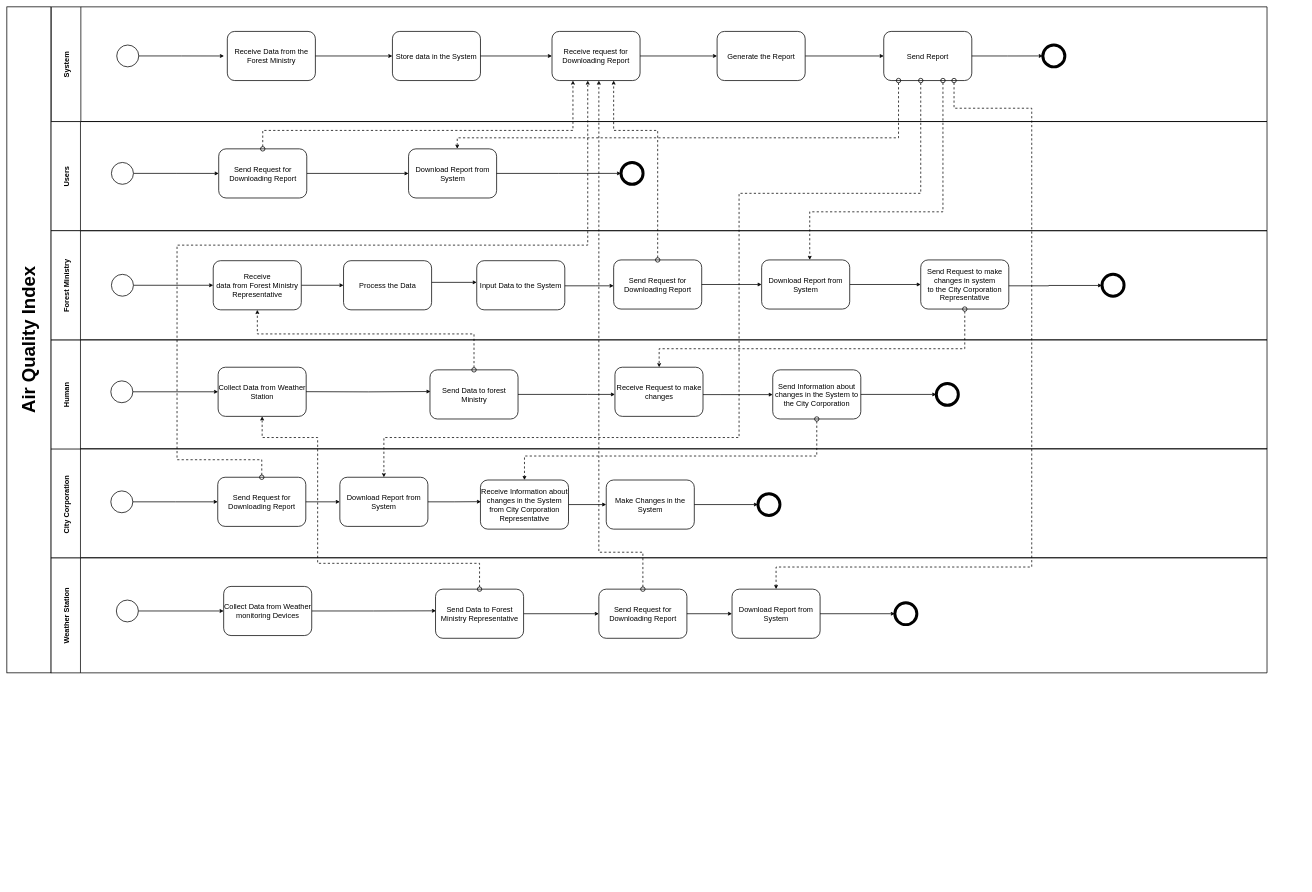
zorojuro75/CSE303-sec-03-Group-03 keeps this draw.io diagram as BPMN_AS-IS.drawio. Above is the earlier version. Source tidied: cells renumbered, new cells numbered last; positions are measured from the earlier drawing's top-left corner, leaving out a move shared by most shapes. Both pictures are drawn from the tidied source at 37%, with x=0, y=0 at pixel (7, 7).
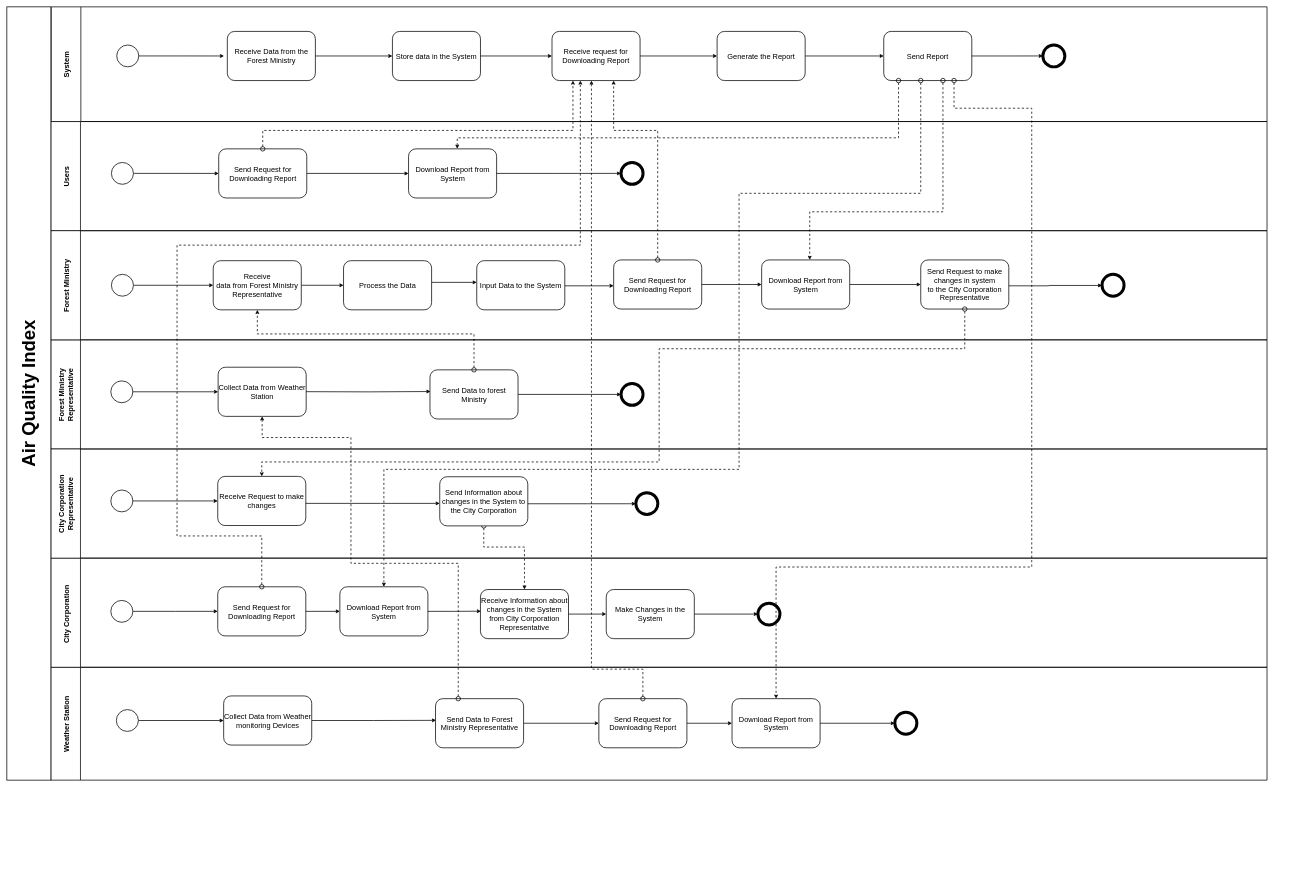
After the change.

The change refers to these unchanged cells:
```xml
<mxCell id="2" style="group;horizontal=0;" parent="1" vertex="1">
  <mxGeometry y="10" width="3510" height="2360" as="geometry" />
</mxCell>
<mxCell id="11" style="group;strokeWidth=2;" parent="2" vertex="1">
  <mxGeometry x="119" y="595" width="3391" height="1770" as="geometry" />
</mxCell>
<mxCell id="13" style="group;strokeWidth=2;" parent="12" vertex="1">
  <mxGeometry width="3331.5" height="1475" as="geometry" />
</mxCell>
<mxCell id="20" value="&lt;font style=&quot;font-size: 20px;&quot;&gt;Send Data to Forest Ministry Representative&lt;/font&gt;" style="rounded=1;whiteSpace=wrap;html=1;strokeWidth=2;" parent="14" vertex="1">
  <mxGeometry x="1039.6" y="84.8" width="238" height="132.8" as="geometry" />
</mxCell>
<mxCell id="23" value="&lt;font style=&quot;font-size: 20px;&quot;&gt;Send Request for Downloading Report&lt;/font&gt;" style="rounded=1;whiteSpace=wrap;html=1;strokeWidth=2;" parent="14" vertex="1">
  <mxGeometry x="1481" y="84.8" width="238" height="132.8" as="geometry" />
</mxCell>
<mxCell id="29" value="&lt;font style=&quot;font-size: 20px;&quot;&gt;Download Report from System&lt;/font&gt;" style="rounded=1;whiteSpace=wrap;html=1;strokeWidth=2;" parent="26" vertex="1">
  <mxGeometry x="781" y="77.4" width="238" height="132.8" as="geometry" />
</mxCell>
<mxCell id="32" value="&lt;font style=&quot;font-size: 20px;&quot;&gt;Receive Information about changes in the System from City Corporation Representative&lt;/font&gt;" style="rounded=1;whiteSpace=wrap;html=1;strokeWidth=2;" parent="26" vertex="1">
  <mxGeometry x="1161" y="84.8" width="238" height="132.8" as="geometry" />
</mxCell>
<mxCell id="36" value="&lt;font style=&quot;font-size: 20px;&quot;&gt;Send Request for Downloading Report&lt;/font&gt;" style="rounded=1;whiteSpace=wrap;html=1;strokeWidth=2;" parent="26" vertex="1">
  <mxGeometry x="451" y="77.4" width="238" height="132.8" as="geometry" />
</mxCell>
<mxCell id="41" value="&lt;font style=&quot;font-size: 20px;&quot;&gt;Collect Data from Weather Station&lt;/font&gt;" style="rounded=1;whiteSpace=wrap;html=1;strokeWidth=2;" parent="38" vertex="1">
  <mxGeometry x="452" y="74" width="238" height="132.8" as="geometry" />
</mxCell>
<mxCell id="43" value="&lt;font style=&quot;font-size: 20px;&quot;&gt;Send Data to forest Ministry&lt;/font&gt;" style="rounded=1;whiteSpace=wrap;html=1;strokeWidth=2;" parent="38" vertex="1">
  <mxGeometry x="1024.6" y="81.1" width="238" height="132.8" as="geometry" />
</mxCell>
<mxCell id="65" value="&lt;font style=&quot;font-size: 20px;&quot;&gt;Send Request to make changes in system &lt;br&gt;to the City Corporation Representative&lt;/font&gt;" style="rounded=1;whiteSpace=wrap;html=1;strokeWidth=2;" parent="52" vertex="1">
  <mxGeometry x="2351" y="79" width="238" height="132.8" as="geometry" />
</mxCell>
<mxCell id="77" value="&lt;font style=&quot;font-size: 20px;&quot;&gt;Receive request for Downloading Report&lt;/font&gt;" style="rounded=1;whiteSpace=wrap;html=1;strokeWidth=2;" parent="70" vertex="1">
  <mxGeometry x="1353.4" y="66.4" width="238" height="132.8" as="geometry" />
</mxCell>
<mxCell id="82" value="&lt;span style=&quot;font-size: 20px;&quot;&gt;Send Report&lt;/span&gt;" style="rounded=1;whiteSpace=wrap;html=1;strokeWidth=2;" parent="70" vertex="1">
  <mxGeometry x="2250" y="66.4" width="238" height="132.8" as="geometry" />
</mxCell>
```

Diff of the diagram source:
```diff
@@
     <mxCell id="14" value="Weather Station" style="swimlane;horizontal=0;startSize=80;fillStyle=solid;strokeWidth=2;fontSize=20;fontStyle=1;" parent="13" vertex="1">
-      <mxGeometry y="589" width="3286.9" height="311" as="geometry" />
+      <mxGeometry y="885" width="3286.9" height="305" as="geometry" />
     </mxCell>
@@
     <mxCell id="26" value="City Corporation " style="swimlane;horizontal=0;startSize=80;strokeWidth=2;fontSize=20;" parent="13" vertex="1">
-      <mxGeometry y="294" width="3286.9" height="295" as="geometry" />
+      <mxGeometry y="590" width="3286.9" height="295" as="geometry" />
     </mxCell>
@@
-    <mxCell id="38" value="Human" style="swimlane;horizontal=0;startSize=80;strokeWidth=2;fontSize=20;" parent="13" vertex="1">
+    <mxCell id="38" value="Forest Ministry&#10;Representative" style="swimlane;horizontal=0;startSize=80;strokeWidth=2;fontSize=20;" parent="13" vertex="1">
       <mxGeometry width="3286.9" height="295" as="geometry" />
     </mxCell>
@@
+    <mxCell id="45" style="edgeStyle=orthogonalEdgeStyle;rounded=0;jettySize=auto;html=1;strokeWidth=2;" parent="38" edge="1" source="43" target="48">
+      <mxGeometry relative="1" as="geometry" />
+    </mxCell>
+    <mxCell id="48" style="strokeWidth=8;html=1;shape=mxgraph.flowchart.start_2;whiteSpace=wrap;" parent="38" vertex="1">
+      <mxGeometry x="1541" y="118" width="59.5" height="59" as="geometry" />
+    </mxCell>
+    <mxCell id="50" style="edgeStyle=orthogonalEdgeStyle;rounded=0;jettySize=auto;html=1;dashed=1;startArrow=oval;startFill=0;endArrow=classic;endFill=1;strokeWidth=2;startSize=12;" parent="13" edge="1" source="20" target="41">
+      <mxGeometry relative="1" as="geometry">
+        <Array as="points">
+          <mxPoint x="1101" y="604" />
+          <mxPoint x="811" y="604" />
+          <mxPoint x="811" y="264" />
+          <mxPoint x="571" y="264" />
+        </Array>
+      </mxGeometry>
+    </mxCell>
+    <mxCell id="51" style="edgeStyle=orthogonalEdgeStyle;rounded=0;jettySize=auto;html=1;dashed=1;startArrow=oval;startFill=0;startSize=12;sourcePerimeterSpacing=0;strokeWidth=2;" parent="13" edge="1" source="46" target="32">
+      <mxGeometry relative="1" as="geometry">
+        <Array as="points">
+          <mxPoint x="1170" y="560" />
+          <mxPoint x="1280" y="560" />
+        </Array>
+      </mxGeometry>
+    </mxCell>
+    <mxCell id="93" value="City Corporation&#10;Representative" style="swimlane;horizontal=0;startSize=80;strokeWidth=2;fontSize=20;" parent="13" vertex="1">
+      <mxGeometry y="295" width="3286.9" height="295" as="geometry" />
+    </mxCell>
+    <mxCell id="94" style="strokeWidth=2;html=1;shape=mxgraph.flowchart.start_2;whiteSpace=wrap;" parent="93" vertex="1">
+      <mxGeometry x="162" y="110.9" width="59.5" height="59" as="geometry" />
+    </mxCell>
-    <mxCell id="44" value="&lt;font style=&quot;font-size: 20px;&quot;&gt;Receive Request to make changes&lt;/font&gt;" style="rounded=1;whiteSpace=wrap;html=1;strokeWidth=2;" parent="38" vertex="1">
-      <mxGeometry x="1524.5" y="74" width="238" height="132.8" as="geometry" />
+    <mxCell id="44" value="&lt;font style=&quot;font-size: 20px;&quot;&gt;Receive Request to make changes&lt;/font&gt;" style="rounded=1;whiteSpace=wrap;html=1;strokeWidth=2;" parent="93" vertex="1">
+      <mxGeometry x="451" y="74" width="238" height="132.8" as="geometry" />
     </mxCell>
-    <mxCell id="45" style="edgeStyle=orthogonalEdgeStyle;rounded=0;jettySize=auto;html=1;strokeWidth=2;" parent="38" edge="1" source="43" target="44">
-      <mxGeometry relative="1" as="geometry">
-        <Array as="points">
-          <mxPoint x="1451" y="148" />
-          <mxPoint x="1451" y="148" />
-        </Array>
-      </mxGeometry>
-    </mxCell>
+    <mxCell id="95" style="edgeStyle=orthogonalEdgeStyle;rounded=0;jettySize=auto;html=1;strokeWidth=2;" parent="93" edge="1" source="94" target="44">
+      <mxGeometry relative="1" as="geometry" />
+    </mxCell>
-    <mxCell id="46" value="&lt;font style=&quot;font-size: 20px;&quot;&gt;Send Information about changes in the System to the City Corporation&lt;/font&gt;" style="rounded=1;whiteSpace=wrap;html=1;strokeWidth=2;" parent="38" vertex="1">
-      <mxGeometry x="1951" y="81.1" width="238" height="132.8" as="geometry" />
+    <mxCell id="46" value="&lt;font style=&quot;font-size: 20px;&quot;&gt;Send Information about changes in the System to the City Corporation&lt;/font&gt;" style="rounded=1;whiteSpace=wrap;html=1;strokeWidth=2;" parent="93" vertex="1">
+      <mxGeometry x="1051" y="75" width="238" height="132.8" as="geometry" />
     </mxCell>
-    <mxCell id="47" style="edgeStyle=orthogonalEdgeStyle;rounded=0;jettySize=auto;html=1;strokeWidth=2;" parent="38" edge="1" source="44" target="46">
+    <mxCell id="47" style="edgeStyle=orthogonalEdgeStyle;rounded=0;jettySize=auto;html=1;strokeWidth=2;" parent="93" edge="1" source="44" target="46">
       <mxGeometry relative="1" as="geometry">
         <Array as="points">
-          <mxPoint x="1811" y="148" />
-          <mxPoint x="1811" y="148" />
+          <mxPoint x="891" y="147" />
+          <mxPoint x="891" y="147" />
         </Array>
       </mxGeometry>
     </mxCell>
-    <mxCell id="48" style="strokeWidth=8;html=1;shape=mxgraph.flowchart.start_2;whiteSpace=wrap;" parent="38" vertex="1">
-      <mxGeometry x="2393.1" y="118" width="59.5" height="59" as="geometry" />
-    </mxCell>
-    <mxCell id="49" style="edgeStyle=orthogonalEdgeStyle;rounded=0;jettySize=auto;html=1;strokeWidth=2;" parent="38" edge="1" source="46" target="48">
-      <mxGeometry relative="1" as="geometry" />
-    </mxCell>
-    <mxCell id="50" style="edgeStyle=orthogonalEdgeStyle;rounded=0;jettySize=auto;html=1;dashed=1;startArrow=oval;startFill=0;endArrow=classic;endFill=1;strokeWidth=2;startSize=12;" parent="13" edge="1" source="20" target="41">
-      <mxGeometry relative="1" as="geometry">
-        <Array as="points">
-          <mxPoint x="1159" y="604" />
-          <mxPoint x="721" y="604" />
-          <mxPoint x="721" y="264" />
-          <mxPoint x="571" y="264" />
-        </Array>
-      </mxGeometry>
-    </mxCell>
-    <mxCell id="51" style="edgeStyle=orthogonalEdgeStyle;rounded=0;jettySize=auto;html=1;exitX=0.5;exitY=1;exitDx=0;exitDy=0;dashed=1;startArrow=oval;startFill=0;startSize=12;sourcePerimeterSpacing=0;strokeWidth=2;" parent="13" edge="1" source="46" target="32">
-      <mxGeometry relative="1" as="geometry">
-        <Array as="points">
-          <mxPoint x="2070" y="314" />
-          <mxPoint x="1280" y="314" />
-        </Array>
-      </mxGeometry>
-    </mxCell>
+    <mxCell id="96" style="strokeWidth=8;html=1;shape=mxgraph.flowchart.start_2;whiteSpace=wrap;" parent="93" vertex="1">
+      <mxGeometry x="1581" y="118" width="59.5" height="59" as="geometry" />
+    </mxCell>
+    <mxCell id="97" style="edgeStyle=orthogonalEdgeStyle;rounded=0;jettySize=auto;html=1;strokeWidth=2;" parent="93" edge="1" source="46" target="96">
+      <mxGeometry relative="1" as="geometry">
+        <Array as="points">
+          <mxPoint x="1451" y="148" />
+          <mxPoint x="1451" y="148" />
+        </Array>
+      </mxGeometry>
+    </mxCell>
@@
     <mxCell id="69" style="edgeStyle=orthogonalEdgeStyle;rounded=0;jettySize=auto;html=1;exitX=0.5;exitY=1;exitDx=0;exitDy=0;dashed=1;startArrow=oval;startFill=0;startSize=12;sourcePerimeterSpacing=0;strokeWidth=2;" parent="11" edge="1" source="65" target="44">
       <mxGeometry relative="1" as="geometry">
         <Array as="points">
           <mxPoint x="2470" y="319" />
           <mxPoint x="1644" y="319" />
+          <mxPoint x="1644" y="625" />
+          <mxPoint x="570" y="625" />
         </Array>
       </mxGeometry>
     </mxCell>
@@
     <mxCell id="86" value="&lt;b style=&quot;background-color: initial; font-size: 50px;&quot;&gt;&lt;font style=&quot;font-size: 50px;&quot;&gt;Air Quality Index&lt;/font&gt;&lt;/b&gt;" style="rounded=180&#10;;whiteSpace=wrap;html=1;fontFamily=Helvetica;fontSize=50;fontColor=default;strokeWidth=2;verticalAlign=middle;horizontal=0;" parent="2" vertex="1">
-      <mxGeometry y="-10" width="119" height="1800" as="geometry" />
+      <mxGeometry y="-10" width="119" height="2090" as="geometry" />
     </mxCell>
@@
     <mxCell id="89" style="edgeStyle=orthogonalEdgeStyle;rounded=0;jettySize=auto;html=1;exitX=0.5;exitY=0;exitDx=0;exitDy=0;dashed=1;startArrow=oval;startFill=0;startSize=12;sourcePerimeterSpacing=0;strokeWidth=2;" parent="2" edge="1" source="36" target="77">
       <mxGeometry relative="1" as="geometry">
         <Array as="points">
-          <mxPoint x="689" y="1214" />
-          <mxPoint x="460" y="1214" />
+          <mxPoint x="689" y="1420" />
+          <mxPoint x="460" y="1420" />
           <mxPoint x="460" y="634" />
-          <mxPoint x="1570" y="634" />
+          <mxPoint x="1550" y="634" />
         </Array>
       </mxGeometry>
     </mxCell>
     <mxCell id="90" style="edgeStyle=orthogonalEdgeStyle;rounded=0;jettySize=auto;html=1;dashed=1;startArrow=oval;startFill=0;startSize=12;sourcePerimeterSpacing=0;strokeWidth=2;" parent="2" edge="1" source="82" target="29">
       <mxGeometry relative="1" as="geometry">
         <Array as="points">
           <mxPoint x="2470" y="494" />
           <mxPoint x="1979" y="494" />
-          <mxPoint x="1979" y="1154" />
-          <mxPoint x="1019" y="1154" />
+          <mxPoint x="1979" y="1240" />
+          <mxPoint x="1019" y="1240" />
         </Array>
       </mxGeometry>
     </mxCell>
     <mxCell id="91" style="edgeStyle=orthogonalEdgeStyle;rounded=0;jettySize=auto;html=1;exitX=0.5;exitY=0;exitDx=0;exitDy=0;dashed=1;startArrow=oval;startFill=0;startSize=12;sourcePerimeterSpacing=0;strokeWidth=2;" parent="2" edge="1" source="23" target="77">
       <mxGeometry relative="1" as="geometry">
         <Array as="points">
-          <mxPoint x="1719" y="1464" />
-          <mxPoint x="1600" y="1464" />
+          <mxPoint x="1719" y="1780" />
+          <mxPoint x="1580" y="1780" />
         </Array>
       </mxGeometry>
     </mxCell>
```
